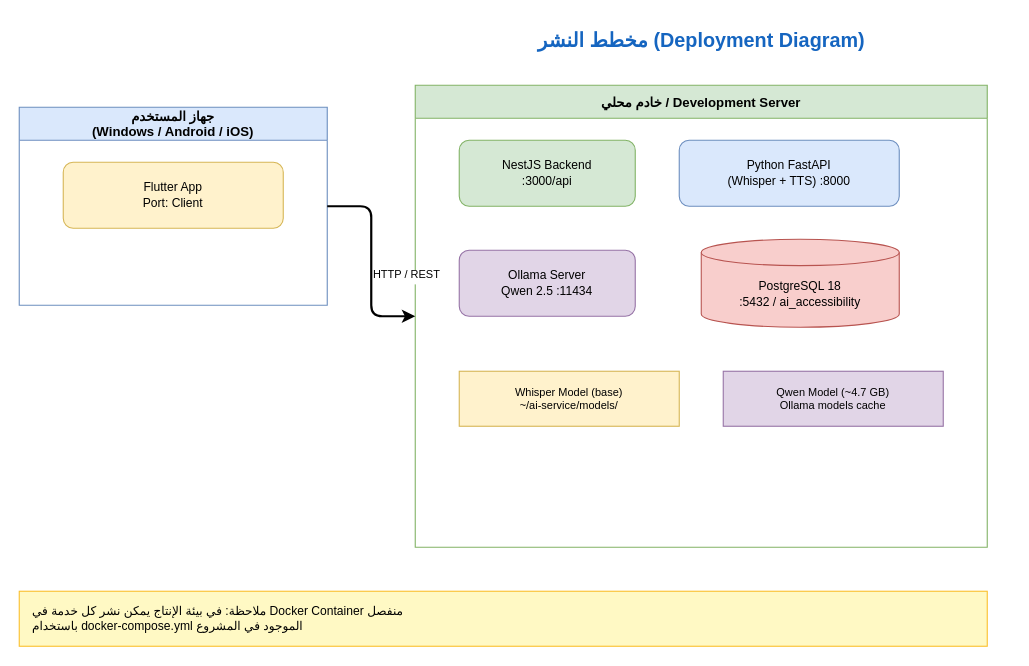
The draw.io diagram page "6. مخطط النشر" (6 of 6) of docs/project-diagrams.drawio in Besher-Hamze/AIAccessibilityAssistant, before the edit. Source tidied: cells renumbered, new cells numbered last; positions are measured from the earlier drawing's top-left corner, leaving out a move shared by most shapes. Both pictures are drawn from the tidied source at 110%, with x=0, y=0 at pixel (19, 19).
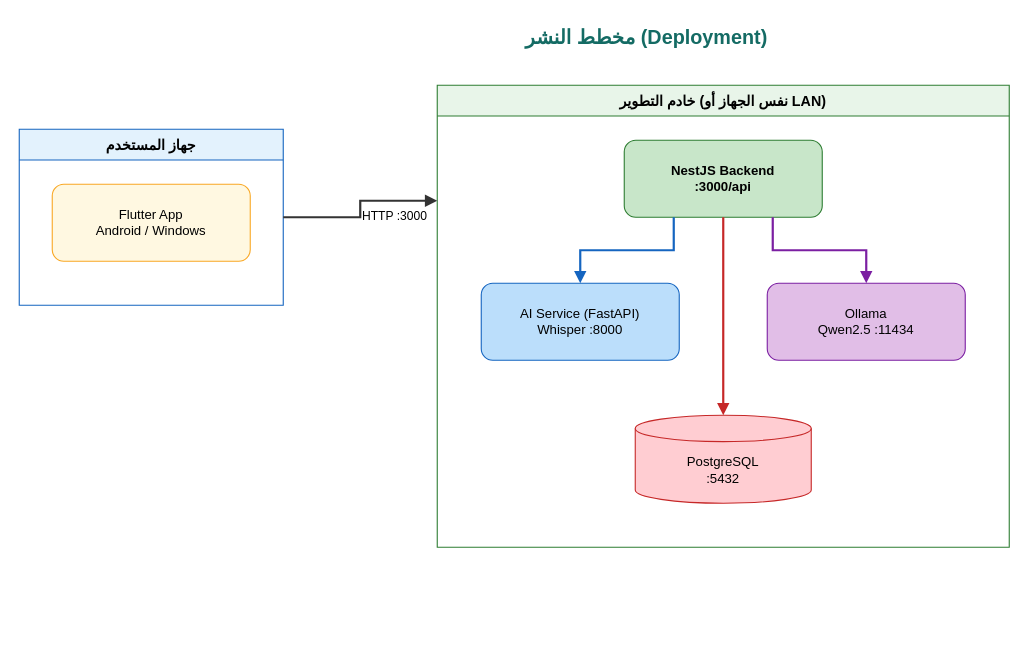
The same diagram, later.

Diff of the diagram source:
```diff
@@
 <mxGraphModel>
   <root>
     <mxCell id="0" />
     <mxCell id="1" parent="0" />
-    <mxCell id="2" value="مخطط النشر (Deployment Diagram)" style="text;html=1;strokeColor=none;fillColor=none;align=center;verticalAlign=middle;fontSize=18;fontStyle=1;fontColor=#1565C0;" parent="1" vertex="1">
-      <mxGeometry x="370" width="500" height="40" as="geometry" />
-    </mxCell>
-    <mxCell id="3" value="جهاز المستخدم&#10;(Windows / Android / iOS)" style="swimlane;startSize=30;fillColor=#dae8fc;strokeColor=#6c8ebf;fontSize=12;" parent="1" vertex="1">
-      <mxGeometry y="80" width="280" height="180" as="geometry" />
-    </mxCell>
-    <mxCell id="4" value="Flutter App&#10;Port: Client" style="rounded=1;whiteSpace=wrap;html=1;fillColor=#fff2cc;strokeColor=#d6b656;fontSize=11;" parent="3" vertex="1">
-      <mxGeometry x="40" y="50" width="200" height="60" as="geometry" />
-    </mxCell>
-    <mxCell id="5" value="خادم محلي / Development Server" style="swimlane;startSize=30;fillColor=#d5e8d4;strokeColor=#82b366;fontSize=12;" parent="1" vertex="1">
-      <mxGeometry x="360" y="60" width="520" height="420" as="geometry" />
-    </mxCell>
+    <mxCell id="15" value="مخطط النشر (Deployment)" style="text;html=1;strokeColor=none;fillColor=none;align=center;fontSize=18;fontStyle=1;fontColor=#146B64;" parent="1" vertex="1">
+      <mxGeometry x="370" width="400" height="35" as="geometry" />
+    </mxCell>
+    <mxCell id="16" value="جهاز المستخدم" style="swimlane;startSize=28;fillColor=#E3F2FD;strokeColor=#1565C0;fontSize=13;fontStyle=1;" parent="1" vertex="1">
+      <mxGeometry y="100" width="240" height="160" as="geometry" />
+    </mxCell>
+    <mxCell id="17" value="Flutter App&#10;Android / Windows" style="rounded=1;whiteSpace=wrap;html=1;fillColor=#FFF8E1;strokeColor=#F9A825;fontSize=12;" parent="16" vertex="1">
+      <mxGeometry x="30" y="50" width="180" height="70" as="geometry" />
+    </mxCell>
+    <mxCell id="18" value="خادم التطوير (نفس الجهاز أو LAN)" style="swimlane;startSize=28;fillColor=#E8F5E9;strokeColor=#2E7D32;fontSize=13;fontStyle=1;" parent="1" vertex="1">
+      <mxGeometry x="380" y="60" width="520" height="420" as="geometry" />
+    </mxCell>
-    <mxCell id="6" value="NestJS Backend&#10;:3000/api" style="rounded=1;whiteSpace=wrap;html=1;fillColor=#d5e8d4;strokeColor=#82b366;fontSize=11;" parent="5" vertex="1">
-      <mxGeometry x="40" y="50" width="160" height="60" as="geometry" />
+    <mxCell id="6" value="NestJS Backend&#10;:3000/api" style="rounded=1;whiteSpace=wrap;html=1;fillColor=#C8E6C9;strokeColor=#2E7D32;fontSize=12;fontStyle=1;" parent="18" vertex="1">
+      <mxGeometry x="170" y="50" width="180" height="70" as="geometry" />
     </mxCell>
-    <mxCell id="7" value="Python FastAPI&#10;(Whisper + TTS) :8000" style="rounded=1;whiteSpace=wrap;html=1;fillColor=#dae8fc;strokeColor=#6c8ebf;fontSize=11;" parent="5" vertex="1">
-      <mxGeometry x="240" y="50" width="200" height="60" as="geometry" />
-    </mxCell>
-    <mxCell id="8" value="Ollama Server&#10;Qwen 2.5 :11434" style="rounded=1;whiteSpace=wrap;html=1;fillColor=#e1d5e7;strokeColor=#9673a6;fontSize=11;" parent="5" vertex="1">
-      <mxGeometry x="40" y="150" width="160" height="60" as="geometry" />
-    </mxCell>
-    <mxCell id="9" value="PostgreSQL 18&#10;:5432 / ai_accessibility" style="shape=cylinder3;whiteSpace=wrap;html=1;boundedLbl=1;backgroundOutline=1;size=12;fillColor=#f8cecc;strokeColor=#b85450;fontSize=11;" parent="5" vertex="1">
-      <mxGeometry x="260" y="140" width="180" height="80" as="geometry" />
-    </mxCell>
-    <mxCell id="10" value="Whisper Model (base)&#10;~/ai-service/models/" style="rounded=0;whiteSpace=wrap;html=1;fillColor=#fff2cc;strokeColor=#d6b656;fontSize=10;" parent="5" vertex="1">
-      <mxGeometry x="40" y="260" width="200" height="50" as="geometry" />
-    </mxCell>
-    <mxCell id="11" value="Qwen Model (~4.7 GB)&#10;Ollama models cache" style="rounded=0;whiteSpace=wrap;html=1;fillColor=#e1d5e7;strokeColor=#9673a6;fontSize=10;" parent="5" vertex="1">
-      <mxGeometry x="280" y="260" width="200" height="50" as="geometry" />
-    </mxCell>
+    <mxCell id="19" value="AI Service (FastAPI)&#10;Whisper :8000" style="rounded=1;whiteSpace=wrap;html=1;fillColor=#BBDEFB;strokeColor=#1565C0;fontSize=12;" parent="18" vertex="1">
+      <mxGeometry x="40" y="180" width="180" height="70" as="geometry" />
+    </mxCell>
+    <mxCell id="20" value="Ollama&#10;Qwen2.5 :11434" style="rounded=1;whiteSpace=wrap;html=1;fillColor=#E1BEE7;strokeColor=#7B1FA2;fontSize=12;" parent="18" vertex="1">
+      <mxGeometry x="300" y="180" width="180" height="70" as="geometry" />
+    </mxCell>
+    <mxCell id="21" value="PostgreSQL&#10;:5432" style="shape=cylinder3;whiteSpace=wrap;html=1;boundedLbl=1;backgroundOutline=1;size=12;fillColor=#FFCDD2;strokeColor=#C62828;fontSize=12;" parent="18" vertex="1">
+      <mxGeometry x="180" y="300" width="160" height="80" as="geometry" />
+    </mxCell>
-    <mxCell id="12" style="edgeStyle=orthogonalEdgeStyle;strokeWidth=2;" parent="1" edge="1" source="3" target="5">
+    <mxCell id="12" style="edgeStyle=orthogonalEdgeStyle;rounded=0;strokeWidth=2;endArrow=block;endFill=1;strokeColor=#333333;exitX=1;exitY=0.5;exitDx=0;exitDy=0;entryX=0;entryY=0.25;entryDx=0;entryDy=0;" parent="1" edge="1" source="16" target="18">
       <mxGeometry relative="1" as="geometry" />
     </mxCell>
-    <mxCell id="13" value="HTTP / REST" style="edgeLabel;fontSize=10;" parent="12" vertex="1">
-      <mxGeometry relative="1" as="geometry" />
+    <mxCell id="13" value="HTTP :3000" style="edgeLabel;fontSize=11;backgroundColor=#ffffff;" parent="12" vertex="1">
+      <mxGeometry x="-0.1" relative="1" as="geometry">
+        <mxPoint y="-14" as="offset" />
+      </mxGeometry>
     </mxCell>
-    <mxCell id="14" value="ملاحظة: في بيئة الإنتاج يمكن نشر كل خدمة في Docker Container منفصل&#10;باستخدام docker-compose.yml الموجود في المشروع" style="rounded=0;whiteSpace=wrap;html=1;fillColor=#fff9c4;strokeColor=#fbc02d;fontSize=11;align=left;spacingLeft=10;" parent="1" vertex="1">
-      <mxGeometry y="520" width="880" height="50" as="geometry" />
-    </mxCell>
+    <mxCell id="22" style="edgeStyle=orthogonalEdgeStyle;rounded=0;strokeWidth=2;endArrow=block;endFill=1;strokeColor=#1565C0;exitX=0.25;exitY=1;exitDx=0;exitDy=0;entryX=0.5;entryY=0;entryDx=0;entryDy=0;" parent="18" edge="1" source="6" target="19">
+      <mxGeometry relative="1" as="geometry">
+        <Array as="points">
+          <mxPoint x="215" y="150" />
+          <mxPoint x="130" y="150" />
+        </Array>
+      </mxGeometry>
+    </mxCell>
+    <mxCell id="23" style="edgeStyle=orthogonalEdgeStyle;rounded=0;strokeWidth=2;endArrow=block;endFill=1;strokeColor=#7B1FA2;exitX=0.75;exitY=1;exitDx=0;exitDy=0;entryX=0.5;entryY=0;entryDx=0;entryDy=0;" parent="18" edge="1" source="6" target="20">
+      <mxGeometry relative="1" as="geometry">
+        <Array as="points">
+          <mxPoint x="305" y="150" />
+          <mxPoint x="390" y="150" />
+        </Array>
+      </mxGeometry>
+    </mxCell>
+    <mxCell id="24" style="edgeStyle=orthogonalEdgeStyle;rounded=0;strokeWidth=2;endArrow=block;endFill=1;strokeColor=#C62828;exitX=0.5;exitY=1;exitDx=0;exitDy=0;entryX=0.5;entryY=0;entryDx=0;entryDy=0;" parent="18" edge="1" source="6" target="21">
+      <mxGeometry relative="1" as="geometry" />
+    </mxCell>
   </root>
 </mxGraphModel>
```
